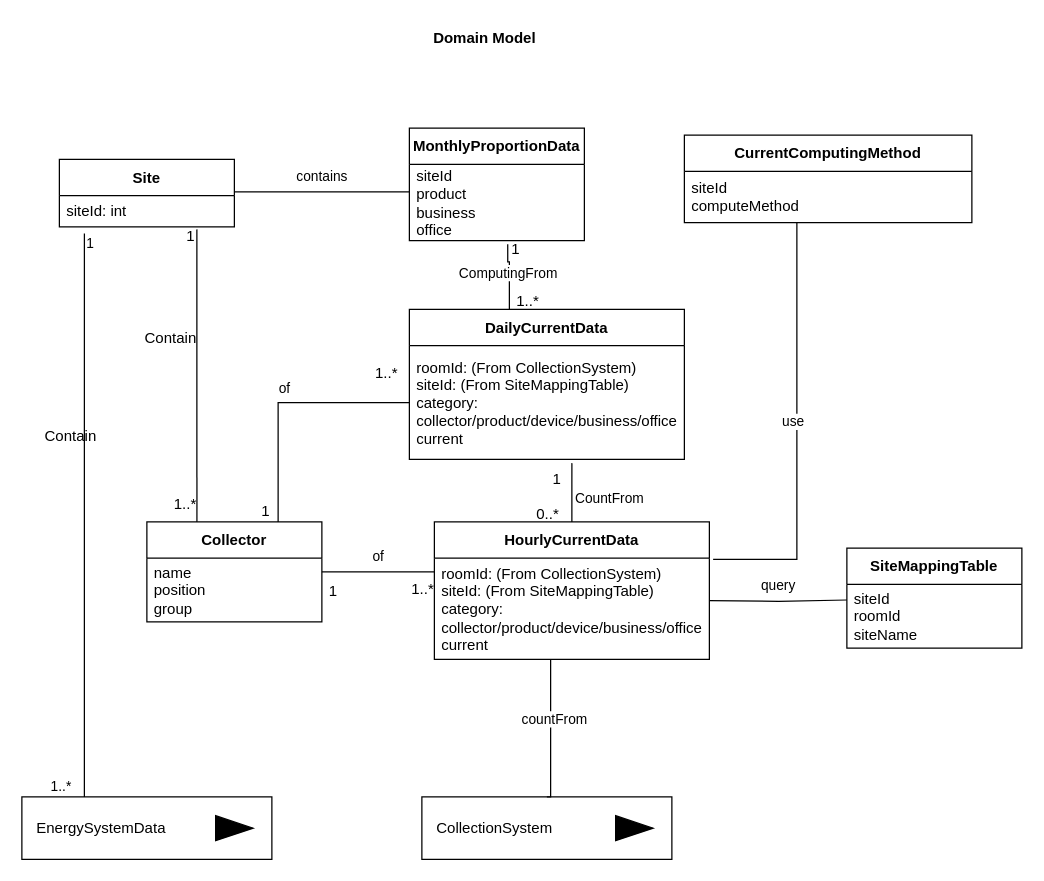
Above: page "领域模型" (1 of 17) of doc/proj/PUE.drawio in ThinkingAgain/PueProject (draw.io), before the change. Source tidied: cells renumbered, new cells numbered last; positions are measured from the earlier drawing's top-left corner, leaving out a move shared by most shapes. Both pictures are drawn from the tidied source at 125%, with x=0, y=0 at pixel (21, 21).
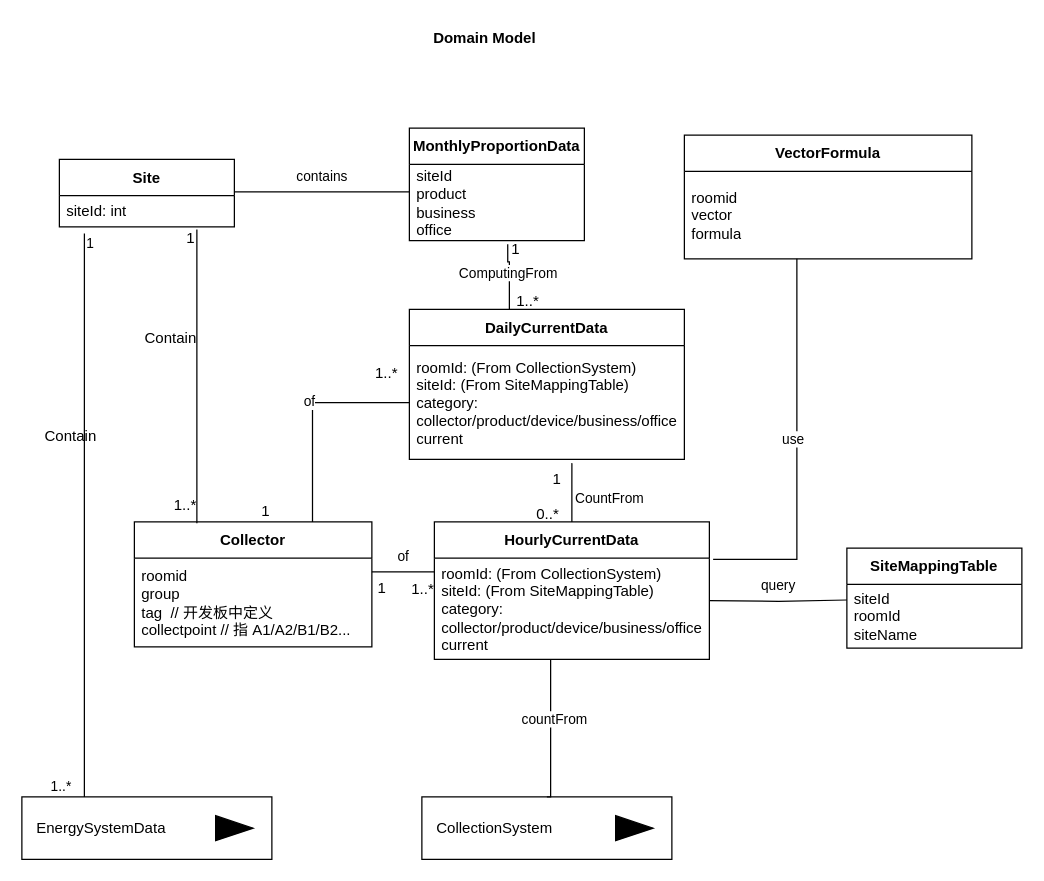
Above is the later version.

The edit, as a diff of the source:
```diff
@@
     <mxCell id="2" value="Collector" style="swimlane;fontStyle=1;align=center;verticalAlign=middle;horizontal=1;startSize=29;html=1;whiteSpace=wrap;" parent="1" vertex="1">
-      <mxGeometry x="100" y="400" width="140" height="80" as="geometry" />
+      <mxGeometry x="90" y="400" width="190" height="100" as="geometry" />
     </mxCell>
-    <mxCell id="3" value="name&lt;div&gt;position&lt;/div&gt;&lt;div&gt;group&lt;/div&gt;" style="text;html=1;strokeColor=none;fillColor=none;align=left;verticalAlign=middle;spacingLeft=4;spacingRight=4;overflow=hidden;whiteSpace=wrap;" parent="2" vertex="1">
-      <mxGeometry y="29" width="140" height="51" as="geometry" />
+    <mxCell id="3" value="&lt;div&gt;roomid&lt;/div&gt;&lt;div&gt;group&lt;/div&gt;&lt;div&gt;tag&amp;nbsp; // 开发板中定义&lt;/div&gt;&lt;div&gt;collectpoint // 指 A1/A2/B1/B2...&lt;/div&gt;" style="text;html=1;strokeColor=none;fillColor=none;align=left;verticalAlign=middle;spacingLeft=4;spacingRight=4;overflow=hidden;whiteSpace=wrap;" parent="2" vertex="1">
+      <mxGeometry y="29" width="190" height="71" as="geometry" />
     </mxCell>
@@
-    <mxCell id="8" value="CurrentComputingMethod" style="swimlane;fontStyle=1;align=center;verticalAlign=middle;horizontal=1;startSize=29;html=1;whiteSpace=wrap;" parent="1" vertex="1">
-      <mxGeometry x="530" y="90.5" width="230" height="70" as="geometry" />
+    <mxCell id="8" value="VectorFormula" style="swimlane;fontStyle=1;align=center;verticalAlign=middle;horizontal=1;startSize=29;html=1;whiteSpace=wrap;" parent="1" vertex="1">
+      <mxGeometry x="530" y="90.5" width="230" height="99" as="geometry" />
     </mxCell>
-    <mxCell id="9" value="siteId&lt;div&gt;computeMethod&lt;/div&gt;" style="text;html=1;strokeColor=none;fillColor=none;align=left;verticalAlign=middle;spacingLeft=4;spacingRight=4;overflow=hidden;points=[[0,0.5],[1,0.5]];portConstraint=eastwest;whiteSpace=wrap;" parent="8" vertex="1">
-      <mxGeometry y="29" width="230" height="41" as="geometry" />
+    <mxCell id="9" value="&lt;div&gt;roomid&lt;/div&gt;&lt;div&gt;vector&lt;/div&gt;&lt;div&gt;formula&lt;/div&gt;" style="text;html=1;strokeColor=none;fillColor=none;align=left;verticalAlign=middle;spacingLeft=4;spacingRight=4;overflow=hidden;points=[[0,0.5],[1,0.5]];portConstraint=eastwest;whiteSpace=wrap;" parent="8" vertex="1">
+      <mxGeometry y="29" width="230" height="70" as="geometry" />
     </mxCell>
@@
     <mxCell id="24" value="of" style="endArrow=none;html=1;endSize=12;startArrow=none;startSize=14;startFill=0;edgeStyle=orthogonalEdgeStyle;align=center;verticalAlign=bottom;endFill=0;rounded=0;" parent="1" edge="1">
       <mxGeometry y="3" relative="1" as="geometry">
-        <mxPoint x="240" y="440" as="sourcePoint" />
+        <mxPoint x="280" y="440" as="sourcePoint" />
         <mxPoint x="330" y="440" as="targetPoint" />
       </mxGeometry>
     </mxCell>
@@
-    <mxCell id="28" style="endArrow=none;html=1;rounded=0;align=center;verticalAlign=top;endFill=0;labelBackgroundColor=none;exitX=0.286;exitY=0;exitDx=0;exitDy=0;exitPerimeter=0;" parent="1" edge="1" source="2">
+    <mxCell id="28" style="endArrow=none;html=1;rounded=0;align=center;verticalAlign=top;endFill=0;labelBackgroundColor=none;" parent="1" edge="1">
       <mxGeometry relative="1" as="geometry">
+        <mxPoint x="140" y="401" as="sourcePoint" />
         <mxPoint x="140" y="166" as="targetPoint" />
       </mxGeometry>
     </mxCell>
@@
     <mxCell id="37" value="1" style="html=1;align=left;verticalAlign=bottom;labelBackgroundColor=none;" parent="1" vertex="1">
       <mxGeometry x="260" y="470" as="geometry">
-        <mxPoint x="-16" y="-6" as="offset" />
+        <mxPoint x="23" y="-9" as="offset" />
       </mxGeometry>
     </mxCell>
```
